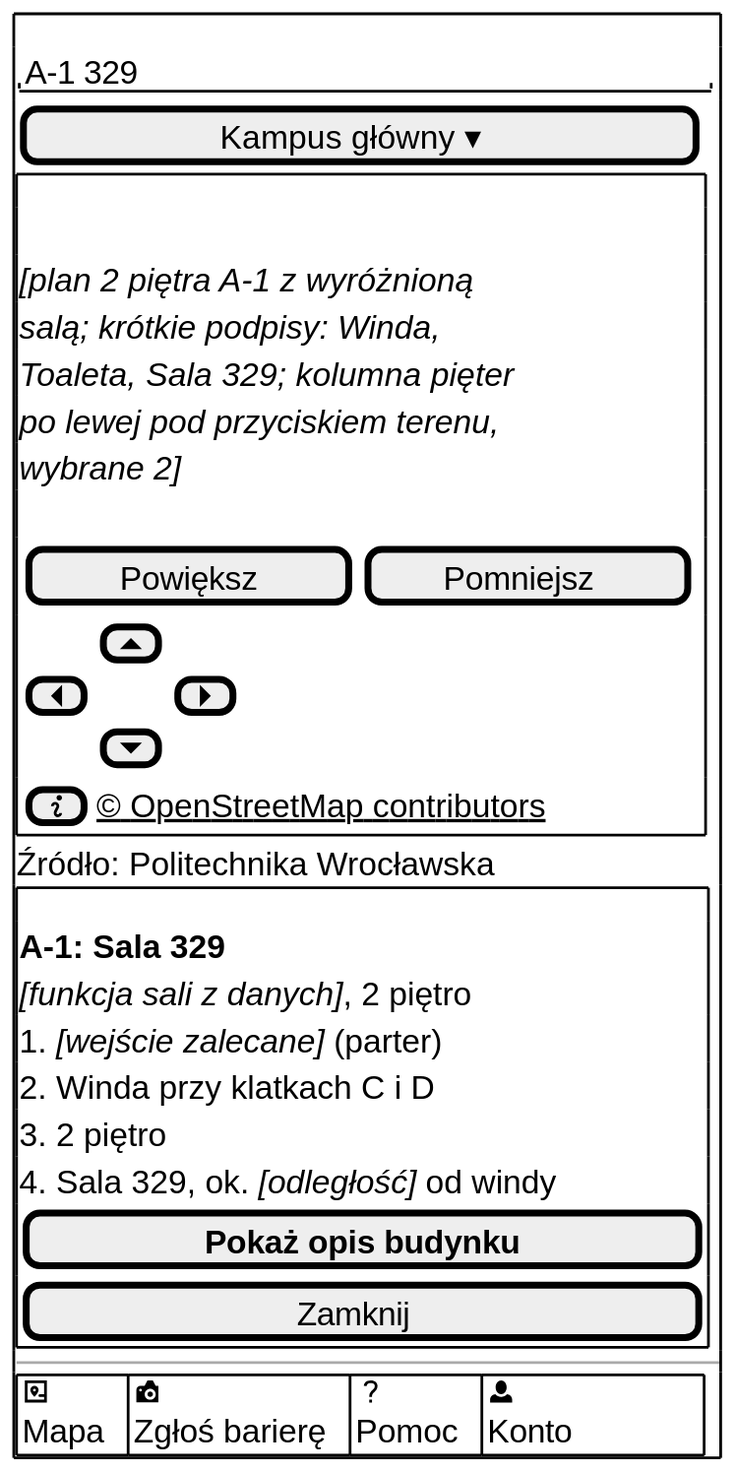
Earlier version of the PlantUML export docs/docs/_generated/m-v1-mapa-sala.svg (dostepny-kampus/dostepny-kampus).
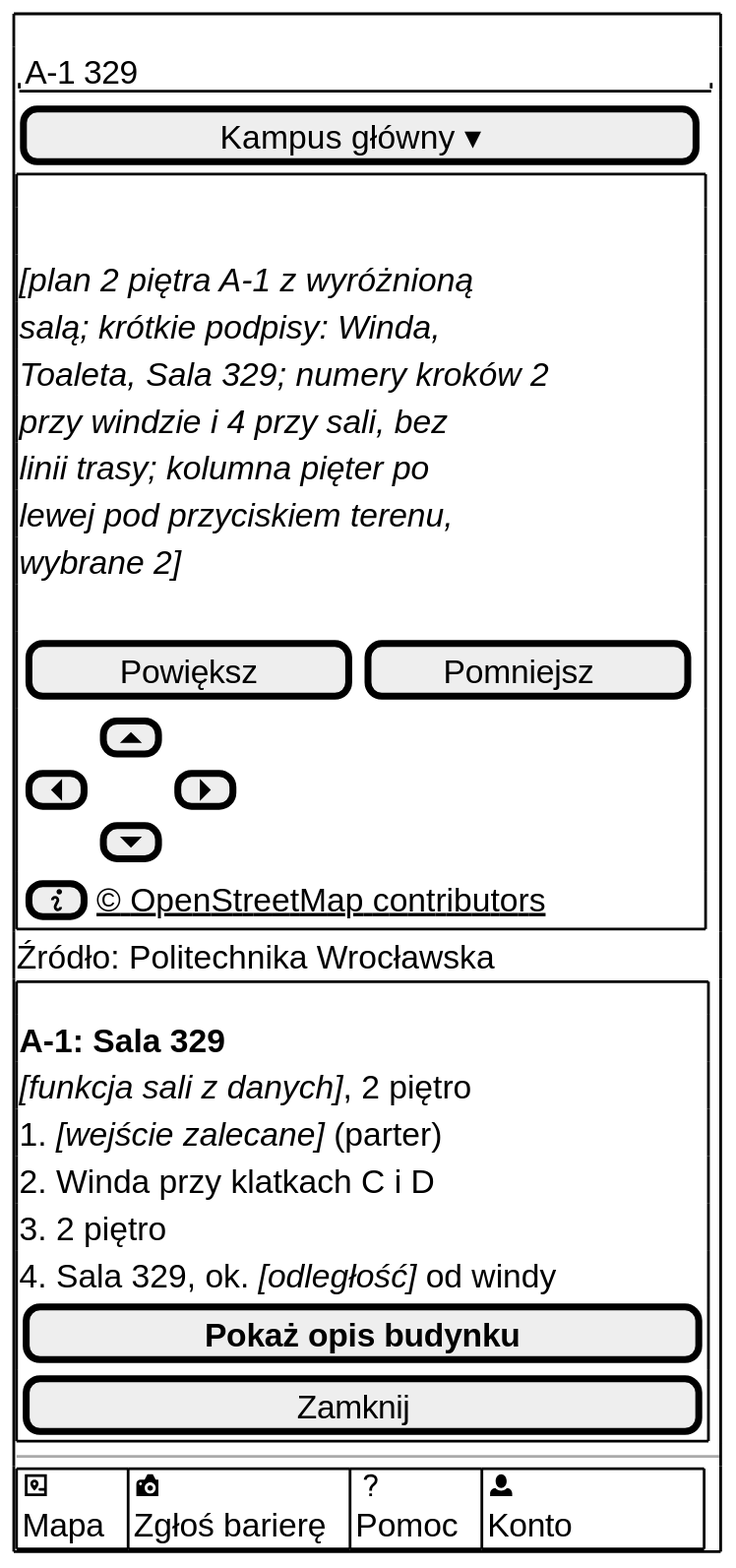
The same file after the commit.

Change to the diagram source:
```diff
@@ -5,7 +5,7 @@
 $ekran_poczatek()
 $pole_tekstowe("A-1 329")
 $przycisk("Kampus główny ▾")
-$mapa("plan 2 piętra A-1 z wyróżnioną salą; krótkie podpisy: Winda, Toaleta, Sala 329; kolumna pięter po lewej pod przyciskiem terenu, wybrane 2", "", "info")
+$mapa("plan 2 piętra A-1 z wyróżnioną salą; krótkie podpisy: Winda, Toaleta, Sala 329; numery kroków 2 przy windzie i 4 przy sali, bez linii trasy; kolumna pięter po lewej pod przyciskiem terenu, wybrane 2", "", "info")
 Źródło: Politechnika Wrocławska
 $ramka()
 <b>A-1: Sala 329</b>
```
